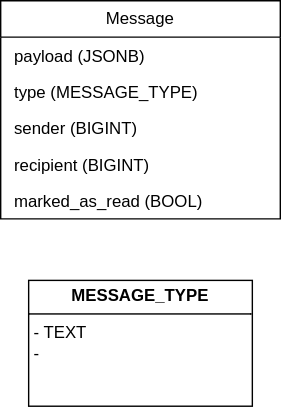
This is doc/img/domain_model.drawio.svg from ru-random-walk/chat-service, a draw.io export, as it was before one commit. Source tidied: cells renumbered, new cells last; positions are measured from the earlier drawing's top-left corner, leaving out a move shared by most shapes.
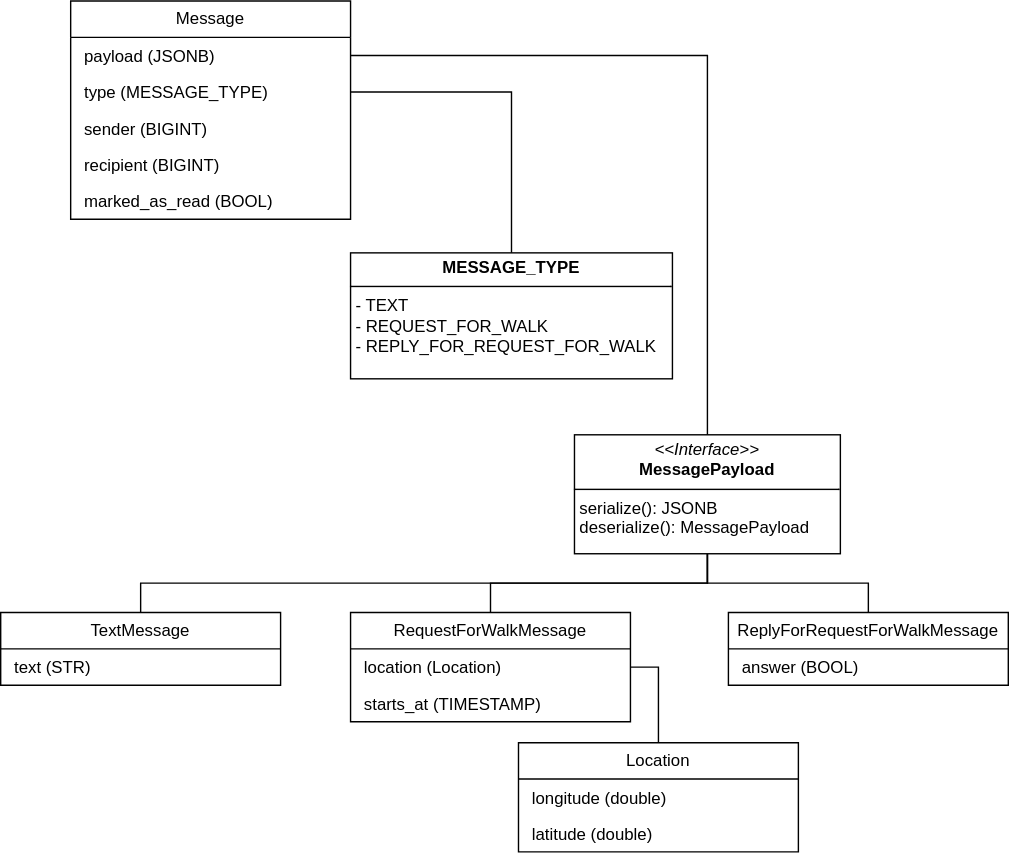
Later version of the same file.

Commit message:
RANDOMWALK-4: update Message domain schema

Diff of the diagram source:
```diff
@@ -20,8 +20,59 @@
     <mxCell id="7" value="&lt;p style=&quot;margin: 0px 0px 0px 4px;&quot;&gt;marked_as_read (BOOL)&lt;/p&gt;" style="text;strokeColor=none;fillColor=none;align=left;verticalAlign=top;spacingLeft=4;spacingRight=4;overflow=hidden;whiteSpace=wrap;html=1;" parent="2" vertex="1">
       <mxGeometry y="130" width="200" height="26" as="geometry" />
     </mxCell>
-    <mxCell id="8" value="&lt;p style=&quot;margin:0px;margin-top:4px;text-align:center;&quot;&gt;&lt;b style=&quot;text-align: left;&quot;&gt;MESSAGE_TYPE&lt;/b&gt;&lt;br&gt;&lt;/p&gt;&lt;hr size=&quot;1&quot; style=&quot;border-style:solid;&quot;&gt;&lt;p style=&quot;margin:0px;margin-left:4px;&quot;&gt;- TEXT&lt;/p&gt;&lt;p style=&quot;margin:0px;margin-left:4px;&quot;&gt;-&amp;nbsp;&lt;/p&gt;" style="verticalAlign=top;align=left;overflow=fill;html=1;whiteSpace=wrap;" parent="1" vertex="1">
-      <mxGeometry x="20" y="200" width="160" height="90" as="geometry" />
+    <mxCell id="8" value="&lt;p style=&quot;margin:0px;margin-top:4px;text-align:center;&quot;&gt;&lt;b style=&quot;text-align: left;&quot;&gt;MESSAGE_TYPE&lt;/b&gt;&lt;br&gt;&lt;/p&gt;&lt;hr size=&quot;1&quot; style=&quot;border-style:solid;&quot;&gt;&lt;p style=&quot;margin:0px;margin-left:4px;&quot;&gt;- TEXT&lt;/p&gt;&lt;p style=&quot;margin:0px;margin-left:4px;&quot;&gt;- REQUEST_FOR_WALK&lt;/p&gt;&lt;p style=&quot;margin:0px;margin-left:4px;&quot;&gt;- REPLY_FOR_&lt;span style=&quot;background-color: initial;&quot;&gt;REQUEST_FOR_WALK&lt;/span&gt;&lt;/p&gt;" style="verticalAlign=top;align=left;overflow=fill;html=1;whiteSpace=wrap;" parent="1" vertex="1">
+      <mxGeometry x="200" y="180" width="230" height="90" as="geometry" />
     </mxCell>
+    <mxCell id="9" style="edgeStyle=orthogonalEdgeStyle;rounded=0;jettySize=auto;html=1;exitX=1;exitY=0.5;exitDx=0;exitDy=0;endArrow=none;endFill=0;" parent="1" edge="1" source="4" target="8">
+      <mxGeometry relative="1" as="geometry" />
+    </mxCell>
+    <mxCell id="10" style="edgeStyle=orthogonalEdgeStyle;rounded=0;jettySize=auto;html=1;exitX=0.5;exitY=1;exitDx=0;exitDy=0;endArrow=none;endFill=0;" parent="1" edge="1" source="13" target="20">
+      <mxGeometry relative="1" as="geometry" />
+    </mxCell>
+    <mxCell id="11" style="edgeStyle=orthogonalEdgeStyle;shape=connector;rounded=0;jettySize=auto;html=1;exitX=0.5;exitY=1;exitDx=0;exitDy=0;entryX=0.5;entryY=0;entryDx=0;entryDy=0;strokeColor=default;align=center;verticalAlign=middle;fontFamily=Helvetica;fontSize=11;fontColor=default;labelBackgroundColor=default;endArrow=none;endFill=0;" parent="1" edge="1" source="13" target="17">
+      <mxGeometry relative="1" as="geometry" />
+    </mxCell>
+    <mxCell id="12" style="edgeStyle=orthogonalEdgeStyle;shape=connector;rounded=0;jettySize=auto;html=1;exitX=0.5;exitY=1;exitDx=0;exitDy=0;strokeColor=default;align=center;verticalAlign=middle;fontFamily=Helvetica;fontSize=11;fontColor=default;labelBackgroundColor=default;endArrow=none;endFill=0;" parent="1" edge="1" source="13" target="15">
+      <mxGeometry relative="1" as="geometry" />
+    </mxCell>
+    <mxCell id="13" value="&lt;p style=&quot;margin:0px;margin-top:4px;text-align:center;&quot;&gt;&lt;i&gt;&amp;lt;&amp;lt;Interface&amp;gt;&amp;gt;&lt;/i&gt;&lt;br&gt;&lt;b&gt;MessagePayload&lt;/b&gt;&lt;/p&gt;&lt;hr size=&quot;1&quot; style=&quot;border-style:solid;&quot;&gt;&lt;p style=&quot;margin:0px;margin-left:4px;&quot;&gt;serialize(): JSONB&lt;/p&gt;&lt;p style=&quot;margin:0px;margin-left:4px;&quot;&gt;deserialize(): MessagePayload&lt;/p&gt;" style="verticalAlign=top;align=left;overflow=fill;html=1;whiteSpace=wrap;" parent="1" vertex="1">
+      <mxGeometry x="360" y="310" width="190" height="85" as="geometry" />
+    </mxCell>
+    <mxCell id="14" style="edgeStyle=orthogonalEdgeStyle;rounded=0;jettySize=auto;html=1;exitX=1;exitY=0.5;exitDx=0;exitDy=0;entryX=0.5;entryY=0;entryDx=0;entryDy=0;endArrow=none;endFill=0;" parent="1" edge="1" source="3" target="13">
+      <mxGeometry relative="1" as="geometry" />
+    </mxCell>
+    <mxCell id="15" value="TextMessage" style="swimlane;fontStyle=0;horizontal=1;startSize=26;fillColor=#FFFFFF;whiteSpace=wrap;html=1;" parent="1" vertex="1">
+      <mxGeometry x="-50" y="437" width="200" height="52" as="geometry" />
+    </mxCell>
+    <mxCell id="16" value="&lt;p style=&quot;margin: 0px 0px 0px 4px;&quot;&gt;text (STR)&lt;/p&gt;" style="text;strokeColor=none;fillColor=none;align=left;verticalAlign=top;spacingLeft=4;spacingRight=4;overflow=hidden;whiteSpace=wrap;html=1;" parent="15" vertex="1">
+      <mxGeometry y="26" width="200" height="26" as="geometry" />
+    </mxCell>
+    <mxCell id="17" value="RequestForWalkMessage" style="swimlane;fontStyle=0;horizontal=1;startSize=26;fillColor=#FFFFFF;whiteSpace=wrap;html=1;" parent="1" vertex="1">
+      <mxGeometry x="200" y="437" width="200" height="78" as="geometry" />
+    </mxCell>
+    <mxCell id="18" value="&lt;p style=&quot;margin: 0px 0px 0px 4px;&quot;&gt;location (Location)&lt;/p&gt;" style="text;strokeColor=none;fillColor=none;align=left;verticalAlign=top;spacingLeft=4;spacingRight=4;overflow=hidden;points=[[0,0.5],[1,0.5]];portConstraint=eastwest;whiteSpace=wrap;html=1;" parent="17" vertex="1">
+      <mxGeometry y="26" width="200" height="26" as="geometry" />
+    </mxCell>
+    <mxCell id="19" value="&lt;p style=&quot;margin: 0px 0px 0px 4px;&quot;&gt;starts_at (TIMESTAMP)&lt;/p&gt;" style="text;strokeColor=none;fillColor=none;align=left;verticalAlign=top;spacingLeft=4;spacingRight=4;overflow=hidden;whiteSpace=wrap;html=1;" parent="17" vertex="1">
+      <mxGeometry y="52" width="200" height="26" as="geometry" />
+    </mxCell>
+    <mxCell id="20" value="ReplyForRequestForWalkMessage" style="swimlane;fontStyle=0;horizontal=1;startSize=26;fillColor=#FFFFFF;whiteSpace=wrap;html=1;" parent="1" vertex="1">
+      <mxGeometry x="470" y="437" width="200" height="52" as="geometry" />
+    </mxCell>
+    <mxCell id="21" value="&lt;p style=&quot;margin: 0px 0px 0px 4px;&quot;&gt;answer (BOOL)&lt;/p&gt;" style="text;strokeColor=none;fillColor=none;align=left;verticalAlign=top;spacingLeft=4;spacingRight=4;overflow=hidden;whiteSpace=wrap;html=1;" parent="20" vertex="1">
+      <mxGeometry y="26" width="200" height="26" as="geometry" />
+    </mxCell>
+    <mxCell id="22" value="Location" style="swimlane;fontStyle=0;horizontal=1;startSize=26;fillColor=#FFFFFF;whiteSpace=wrap;html=1;" parent="1" vertex="1">
+      <mxGeometry x="320" y="530" width="200" height="78" as="geometry" />
+    </mxCell>
+    <mxCell id="23" value="&lt;p style=&quot;margin: 0px 0px 0px 4px;&quot;&gt;longitude (double)&lt;br&gt;&lt;/p&gt;" style="text;strokeColor=none;fillColor=none;align=left;verticalAlign=top;spacingLeft=4;spacingRight=4;overflow=hidden;whiteSpace=wrap;html=1;" parent="22" vertex="1">
+      <mxGeometry y="26" width="200" height="26" as="geometry" />
+    </mxCell>
+    <mxCell id="24" value="&lt;p style=&quot;margin: 0px 0px 0px 4px;&quot;&gt;latitude (double)&lt;br&gt;&lt;/p&gt;" style="text;strokeColor=none;fillColor=none;align=left;verticalAlign=top;spacingLeft=4;spacingRight=4;overflow=hidden;whiteSpace=wrap;html=1;" parent="22" vertex="1">
+      <mxGeometry y="52" width="200" height="26" as="geometry" />
+    </mxCell>
+    <mxCell id="25" style="edgeStyle=orthogonalEdgeStyle;rounded=0;jettySize=auto;html=1;exitX=1;exitY=0.5;exitDx=0;exitDy=0;endArrow=none;endFill=0;" parent="1" edge="1" source="18" target="22">
+      <mxGeometry relative="1" as="geometry" />
+    </mxCell>
   </root>
 </mxGraphModel>
```
